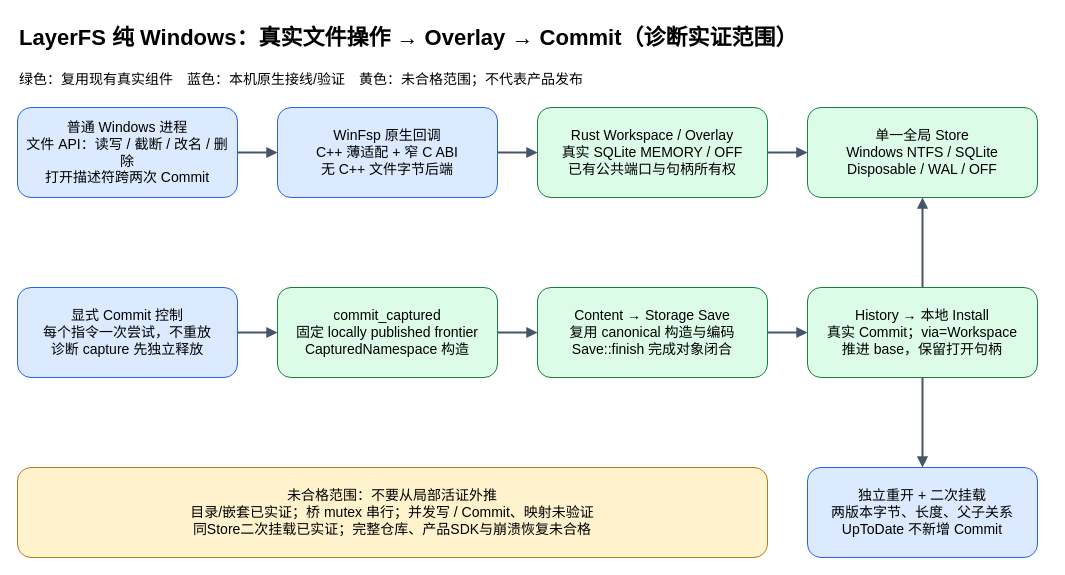
Above: core/docs/issues/352/WINDOWS-NATIVE-ARCHITECTURE.drawio in NelsonLongxiang/layerfs (draw.io), before the change. Source tidied: cells renumbered, new cells numbered last; positions are measured from the earlier drawing's top-left corner, leaving out a move shared by most shapes. Both pictures are drawn from the tidied source at 100%, with x=0, y=0 at pixel (17, 17).
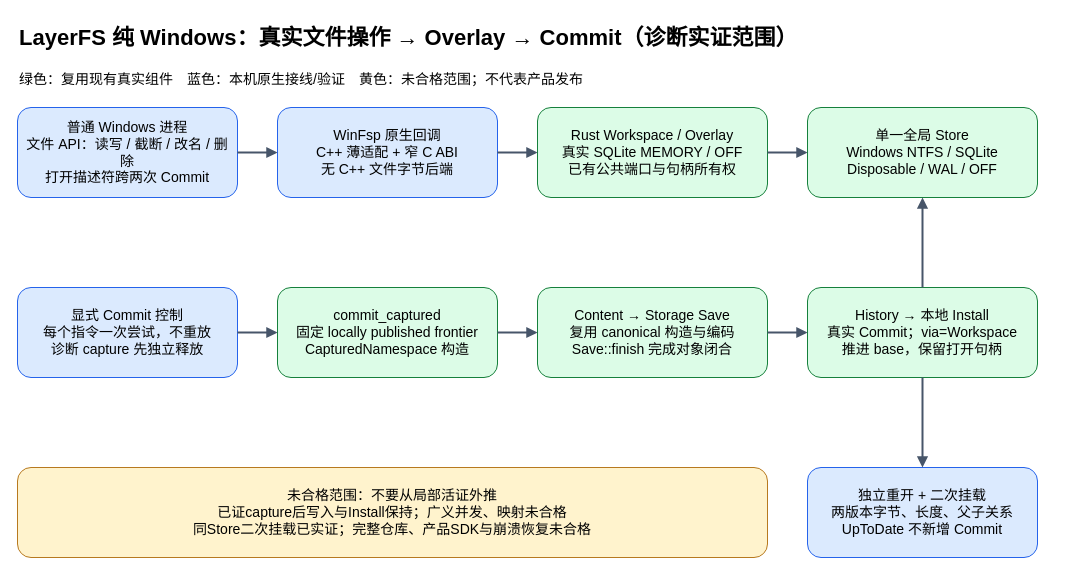
The same page after the edit.

The edit, as a diff of the source:
```diff
@@
-    <mxCell id="13" value="未合格范围：不要从局部活证外推&#10;目录/嵌套已实证；桥 mutex 串行；并发写 / Commit、映射未验证&#10;同Store二次挂载已实证；完整仓库、产品SDK与崩溃恢复未合格" style="rounded=1;whiteSpace=wrap;html=0;fillColor=#fff3cd;strokeColor=#b7791f;fontSize=14;spacing=10;" parent="1" vertex="1">
+    <mxCell id="13" value="未合格范围：不要从局部活证外推&#10;已证capture后写入与Install保持；广义并发、映射未合格&#10;同Store二次挂载已实证；完整仓库、产品SDK与崩溃恢复未合格" style="rounded=1;whiteSpace=wrap;html=0;fillColor=#fff3cd;strokeColor=#b7791f;fontSize=14;spacing=10;" parent="1" vertex="1">
       <mxGeometry y="450" width="750" height="90" as="geometry" />
     </mxCell>
```
